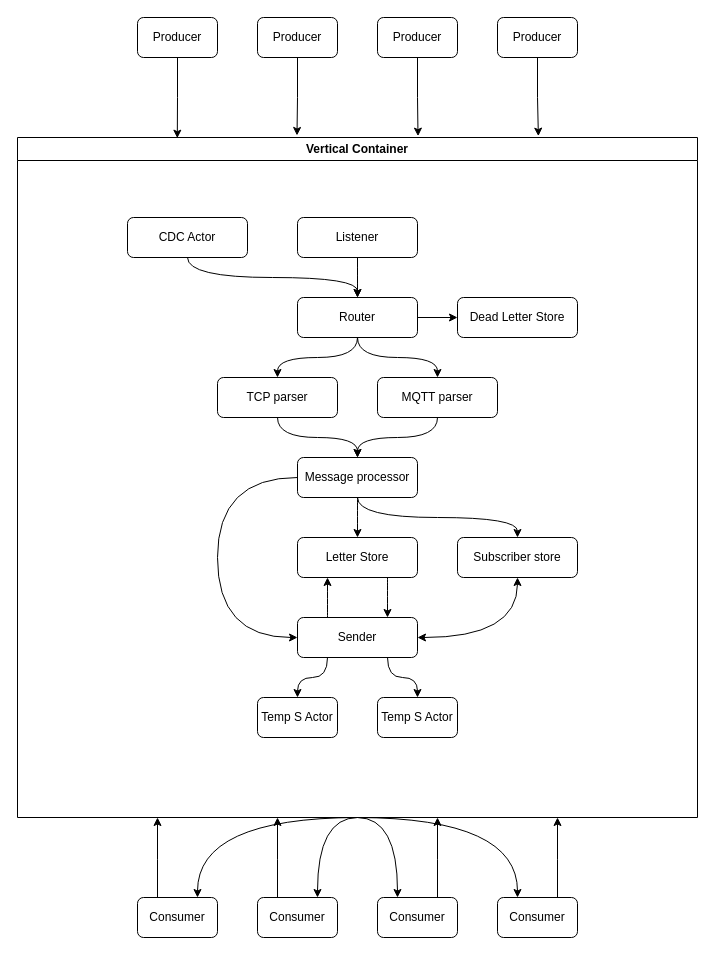
The draw.io diagram page "Flowchart" (1 of 2) of project_2/diagrams/Project2.drawio in StefanB0/PTR-Labs, before the edit. Source tidied: cells renumbered, new cells numbered last; positions are measured from the earlier drawing's top-left corner, leaving out a move shared by most shapes. Both pictures are drawn from the tidied source at 100%, with x=0, y=0 at pixel (17, 17).
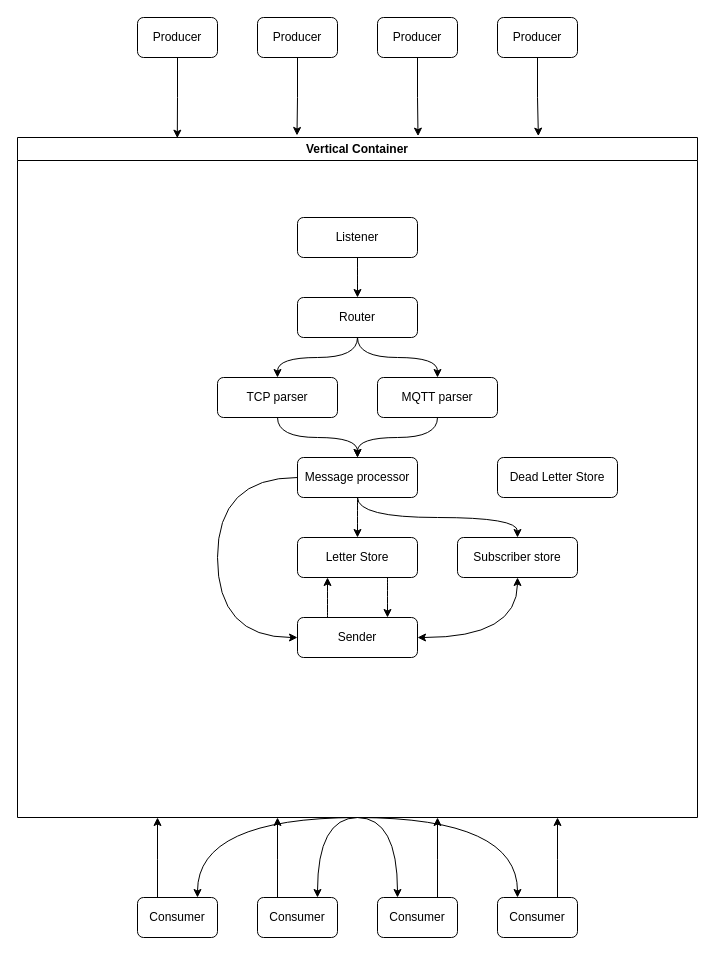
After the change.

The change refers to these unchanged cells:
```xml
<mxCell id="7" value="Router" style="rounded=1;whiteSpace=wrap;html=1;" parent="1" vertex="1">
  <mxGeometry x="280" y="280" width="120" height="40" as="geometry" />
</mxCell>
<mxCell id="29" value="Vertical Container" style="swimlane;whiteSpace=wrap;html=1;" parent="1" vertex="1">
  <mxGeometry y="120" width="680" height="680" as="geometry" />
</mxCell>
<mxCell id="37" value="Sender" style="rounded=1;whiteSpace=wrap;html=1;" parent="29" vertex="1">
  <mxGeometry x="280" y="480" width="120" height="40" as="geometry" />
</mxCell>
```

What changed in the source:
```diff
@@
-    <mxCell id="6" style="edgeStyle=orthogonalEdgeStyle;rounded=0;jettySize=auto;html=1;exitX=1;exitY=0.5;exitDx=0;exitDy=0;entryX=0;entryY=0.5;entryDx=0;entryDy=0;" parent="1" edge="1" source="7" target="8">
-      <mxGeometry relative="1" as="geometry" />
-    </mxCell>
@@
-    <mxCell id="8" value="Dead Letter Store" style="rounded=1;whiteSpace=wrap;html=1;" parent="1" vertex="1">
-      <mxGeometry x="440" y="280" width="120" height="40" as="geometry" />
-    </mxCell>
@@
-    <mxCell id="35" style="edgeStyle=orthogonalEdgeStyle;curved=1;rounded=0;jettySize=auto;html=1;exitX=0.25;exitY=1;exitDx=0;exitDy=0;entryX=0.5;entryY=0;entryDx=0;entryDy=0;" parent="29" edge="1" source="37" target="39">
-      <mxGeometry relative="1" as="geometry" />
-    </mxCell>
-    <mxCell id="36" style="edgeStyle=orthogonalEdgeStyle;curved=1;rounded=0;jettySize=auto;html=1;exitX=0.75;exitY=1;exitDx=0;exitDy=0;entryX=0.5;entryY=0;entryDx=0;entryDy=0;" parent="29" edge="1" source="37" target="40">
-      <mxGeometry relative="1" as="geometry" />
-    </mxCell>
@@
-    <mxCell id="38" value="CDC Actor" style="rounded=1;whiteSpace=wrap;html=1;" parent="29" vertex="1">
-      <mxGeometry x="110" y="80" width="120" height="40" as="geometry" />
-    </mxCell>
-    <mxCell id="39" value="Temp S Actor" style="rounded=1;whiteSpace=wrap;html=1;" parent="29" vertex="1">
-      <mxGeometry x="240" y="560" width="80" height="40" as="geometry" />
-    </mxCell>
-    <mxCell id="40" value="Temp S Actor" style="rounded=1;whiteSpace=wrap;html=1;" parent="29" vertex="1">
-      <mxGeometry x="360" y="560" width="80" height="40" as="geometry" />
-    </mxCell>
-    <mxCell id="41" style="edgeStyle=orthogonalEdgeStyle;curved=1;rounded=0;jettySize=auto;html=1;exitX=0.5;exitY=1;exitDx=0;exitDy=0;" parent="1" edge="1" source="38" target="7">
-      <mxGeometry relative="1" as="geometry" />
-    </mxCell>
+    <mxCell id="8" value="Dead Letter Store" style="rounded=1;whiteSpace=wrap;html=1;" parent="29" vertex="1">
+      <mxGeometry x="480" y="320" width="120" height="40" as="geometry" />
+    </mxCell>
```
